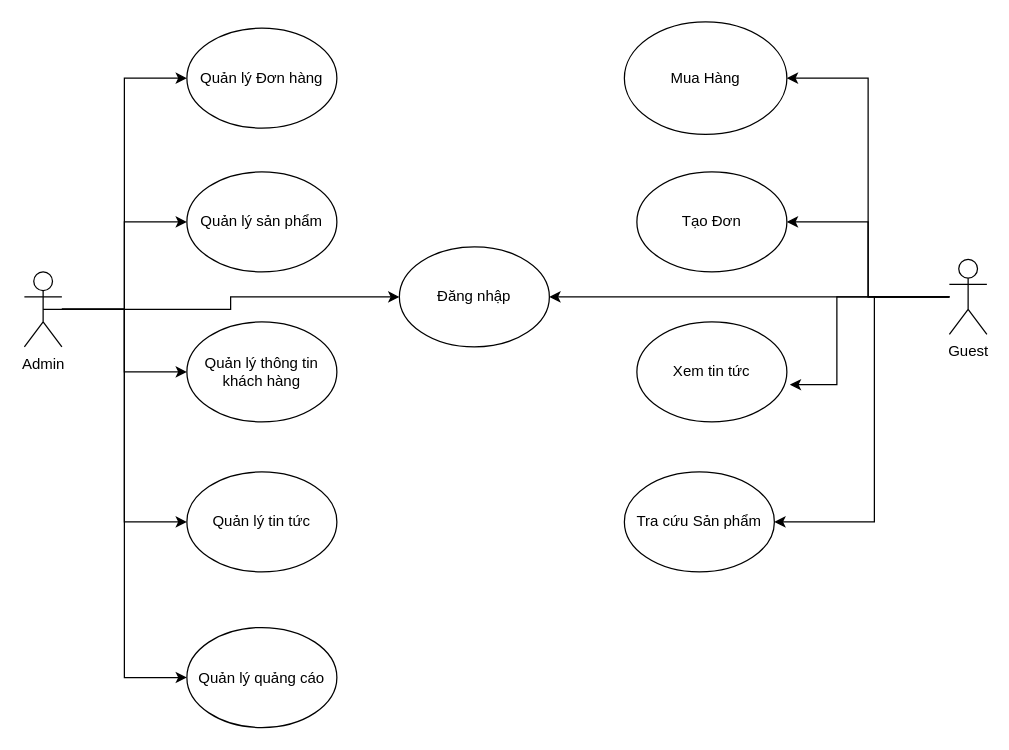
NCanhhieu/T2207E-Diagram keeps this draw.io diagram as usecaseRuou.drawio. Above is the earlier version. Source tidied: cells renumbered, new cells numbered last; positions are measured from the earlier drawing's top-left corner, leaving out a move shared by most shapes. Both pictures are drawn from the tidied source at 125%, with x=0, y=0 at pixel (24, 21).
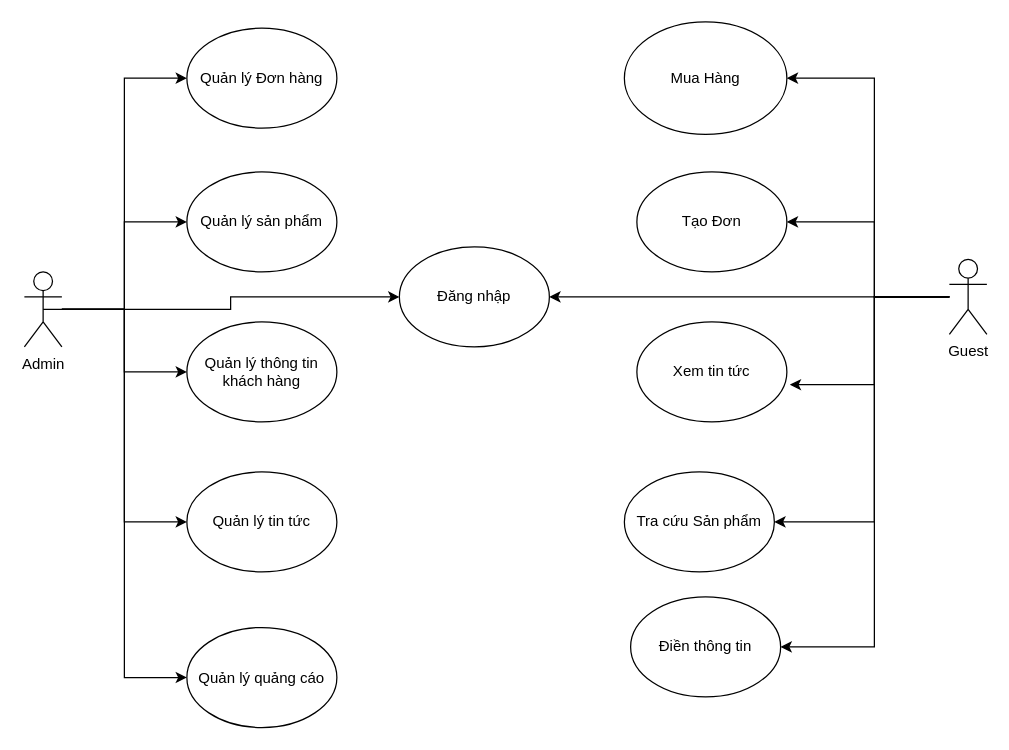
After the change.

Commit message (it also covers changes not shown here):
Cập nhật usecaseRuou.drawio

Unchanged cells that the change refers to:
```xml
<mxCell id="2" value="Mua Hàng" style="ellipse;whiteSpace=wrap;html=1;" parent="1" vertex="1">
  <mxGeometry x="480" width="130" height="90" as="geometry" />
</mxCell>
<mxCell id="15" value="Guest" style="shape=umlActor;verticalLabelPosition=bottom;verticalAlign=top;html=1;outlineConnect=0;" parent="1" vertex="1">
  <mxGeometry x="740" y="190" width="30" height="60" as="geometry" />
</mxCell>
<mxCell id="16" value="Tạo Đơn" style="ellipse;whiteSpace=wrap;html=1;" parent="1" vertex="1">
  <mxGeometry x="490" y="120" width="120" height="80" as="geometry" />
</mxCell>
<mxCell id="17" value="Xem tin tức" style="ellipse;whiteSpace=wrap;html=1;" parent="1" vertex="1">
  <mxGeometry x="490" y="240" width="120" height="80" as="geometry" />
</mxCell>
```

The edit, as a diff of the source:
```diff
@@
     <mxCell id="11" style="edgeStyle=orthogonalEdgeStyle;rounded=0;jettySize=auto;html=1;entryX=1;entryY=0.5;entryDx=0;entryDy=0;" parent="1" edge="1" source="15" target="2">
-      <mxGeometry relative="1" as="geometry" />
+      <mxGeometry relative="1" as="geometry">
+        <Array as="points">
+          <mxPoint x="680" y="220" />
+          <mxPoint x="680" y="45" />
+        </Array>
+      </mxGeometry>
     </mxCell>
     <mxCell id="12" style="edgeStyle=orthogonalEdgeStyle;rounded=0;jettySize=auto;html=1;entryX=1;entryY=0.5;entryDx=0;entryDy=0;" parent="1" edge="1" source="15" target="16">
-      <mxGeometry relative="1" as="geometry" />
+      <mxGeometry relative="1" as="geometry">
+        <Array as="points">
+          <mxPoint x="680" y="220" />
+          <mxPoint x="680" y="160" />
+        </Array>
+      </mxGeometry>
     </mxCell>
     <mxCell id="13" style="edgeStyle=orthogonalEdgeStyle;rounded=0;jettySize=auto;html=1;entryX=1.02;entryY=0.628;entryDx=0;entryDy=0;entryPerimeter=0;" parent="1" edge="1" source="15" target="17">
       <mxGeometry relative="1" as="geometry">
         <Array as="points">
-          <mxPoint x="650" y="220" />
-          <mxPoint x="650" y="290" />
+          <mxPoint x="680" y="220" />
+          <mxPoint x="680" y="290" />
         </Array>
       </mxGeometry>
     </mxCell>
@@
+    <mxCell id="25" style="edgeStyle=orthogonalEdgeStyle;rounded=0;jettySize=auto;html=1;entryX=1;entryY=0.5;entryDx=0;entryDy=0;" parent="1" edge="1" source="15" target="26">
+      <mxGeometry relative="1" as="geometry">
+        <Array as="points">
+          <mxPoint x="680" y="220" />
+          <mxPoint x="680" y="500" />
+        </Array>
+      </mxGeometry>
+    </mxCell>
@@
+    <mxCell id="26" value="Điền thông tin" style="ellipse;whiteSpace=wrap;html=1;" parent="1" vertex="1">
+      <mxGeometry x="485" y="460" width="120" height="80" as="geometry" />
+    </mxCell>
```
